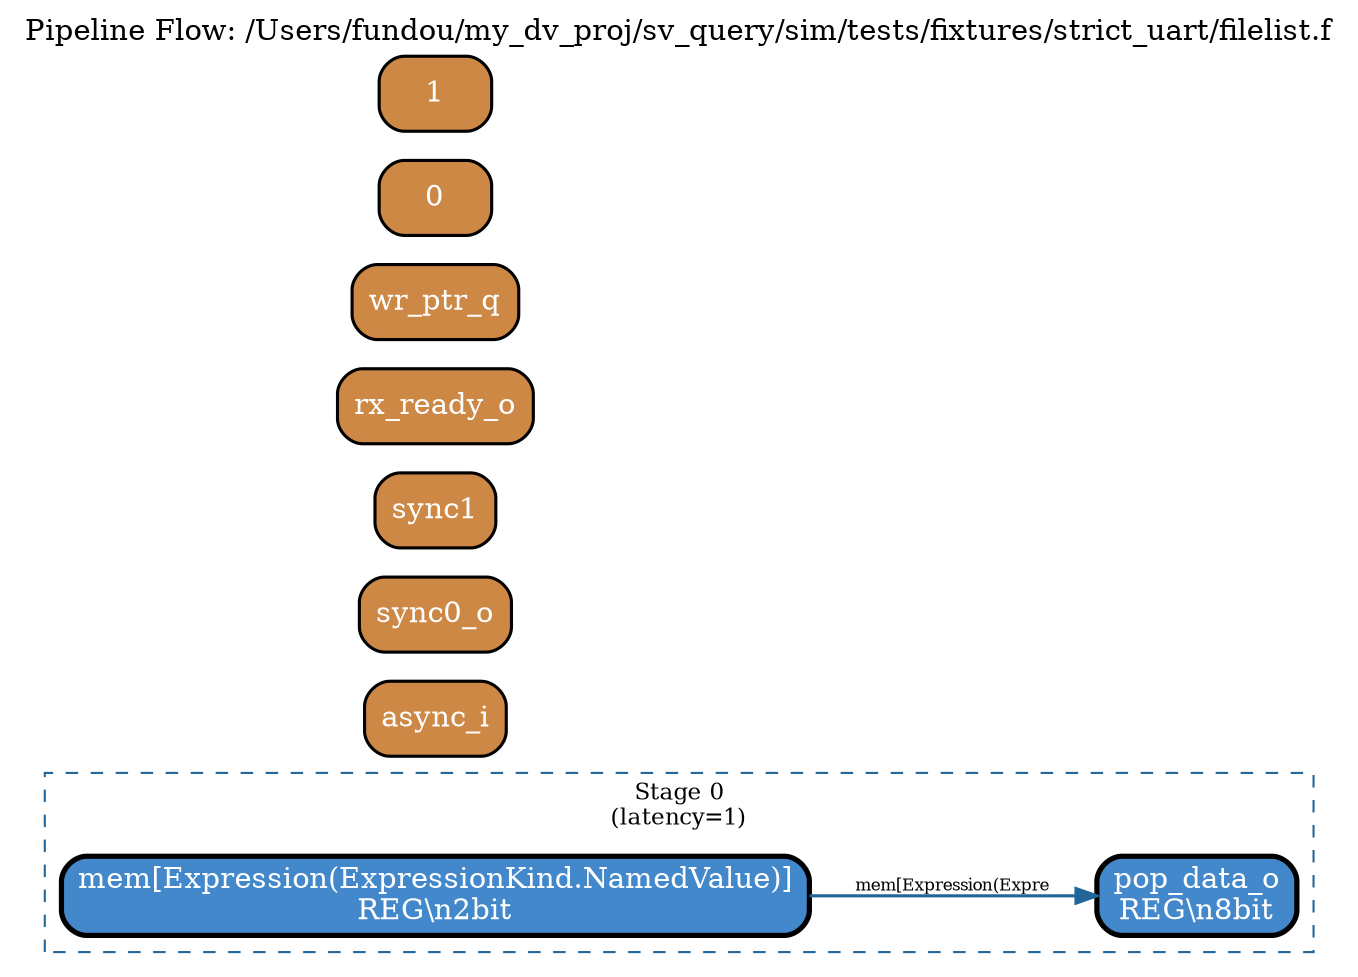
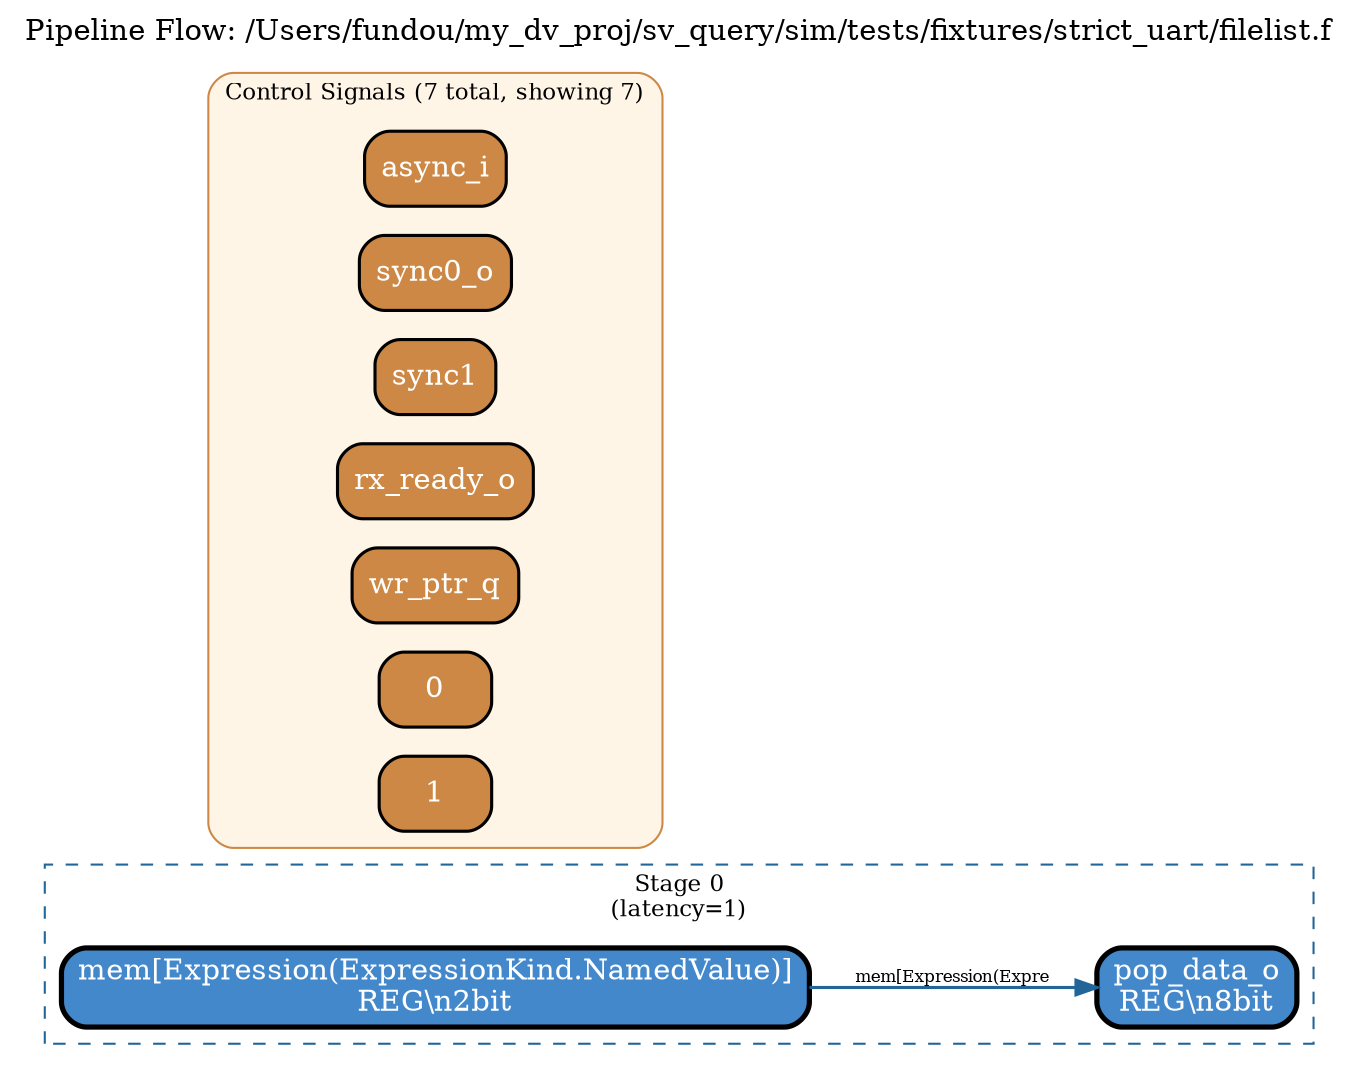
digraph pipeline {
  rankdir=LR;
  label="Pipeline Flow: /Users/fundou/my_dv_proj/sv_query/sim/tests/fixtures/strict_uart/filelist.f";
  labelloc=t;
  fontsize=14;
  ranksep=0.6;
  nodesep=0.2;
  splines=polyline;

  // 2 pipeline regs, 2 control regs
  // 3 state regs, 2 stages

  subgraph cluster_stage0 {
    label="Stage 0\n(latency=1)";
    style=dashed;
    color="#226699";
    fontsize=11;
    "sync_fifo.mem[Expression(ExpressionKind.NamedValue)]" [label="mem[Expression(ExpressionKind.NamedValue)]\nREG\\n2bit" shape=box style="rounded,filled" fillcolor="#4488cc" fontcolor="white" penwidth=2.5];
    "sync_fifo.pop_data_o" [label="pop_data_o\
8bit" shape=box style="rounded,filled" fillcolor="#88bbdd" fontcolor="white" penwidth=1];
  }

  subgraph cluster_stage1 {
    label="Stage 1\n(latency=1)";
    style=dashed;
    color="#226699";
    fontsize=11;
    "sync_fifo.pop_data_o" [label="pop_data_o\nREG\\n8bit" shape=box style="rounded,filled" fillcolor="#4488cc" fontcolor="white" penwidth=2.5];
  }

-   "synchronizer.async_i" [label="async_i" shape=box style="rounded,filled" fillcolor="#cc8844" fontcolor="white" penwidth=1.5];
-   "synchronizer.sync0_o" [label="sync0_o" shape=box style="rounded,filled" fillcolor="#cc8844" fontcolor="white" penwidth=1.5];
-   "synchronizer.sync1" [label="sync1" shape=box style="rounded,filled" fillcolor="#cc8844" fontcolor="white" penwidth=1.5];
-   "uart_top.rx_ready_o" [label="rx_ready_o" shape=box style="rounded,filled" fillcolor="#cc8844" fontcolor="white" penwidth=1.5];
-   "sync_fifo.wr_ptr_q" [label="wr_ptr_q" shape=box style="rounded,filled" fillcolor="#cc8844" fontcolor="white" penwidth=1.5];
-   "0" [label="0" shape=box style="rounded,filled" fillcolor="#cc8844" fontcolor="white" penwidth=1.5];
-   "1" [label="1" shape=box style="rounded,filled" fillcolor="#cc8844" fontcolor="white" penwidth=1.5];
+   // === Control signals (valid/ready/stall, across stages) ===
+   subgraph cluster_controls {
+     label="Control Signals (7 total, showing 7)";
+     style="rounded,filled";
+     fillcolor="#fff5e6";
+     color="#cc8844";
+     fontsize=11;
+     "synchronizer.async_i" [label="async_i" shape=box style="rounded,filled" fillcolor="#cc8844" fontcolor="white" penwidth=1.5];
+     "synchronizer.sync0_o" [label="sync0_o" shape=box style="rounded,filled" fillcolor="#cc8844" fontcolor="white" penwidth=1.5];
+     "synchronizer.sync1" [label="sync1" shape=box style="rounded,filled" fillcolor="#cc8844" fontcolor="white" penwidth=1.5];
+     "uart_top.rx_ready_o" [label="rx_ready_o" shape=box style="rounded,filled" fillcolor="#cc8844" fontcolor="white" penwidth=1.5];
+     "sync_fifo.wr_ptr_q" [label="wr_ptr_q" shape=box style="rounded,filled" fillcolor="#cc8844" fontcolor="white" penwidth=1.5];
+     "0" [label="0" shape=box style="rounded,filled" fillcolor="#cc8844" fontcolor="white" penwidth=1.5];
+     "1" [label="1" shape=box style="rounded,filled" fillcolor="#cc8844" fontcolor="white" penwidth=1.5];
+   }

  // === Data edges (stage → stage) ===
  "sync_fifo.mem[Expression(ExpressionKind.NamedValue)]" -> "sync_fifo.pop_data_o" [color="#226699" penwidth=1.5 label="mem[Expression(Expre" fontsize=8];

  // === Control edges (dashed) ===
}